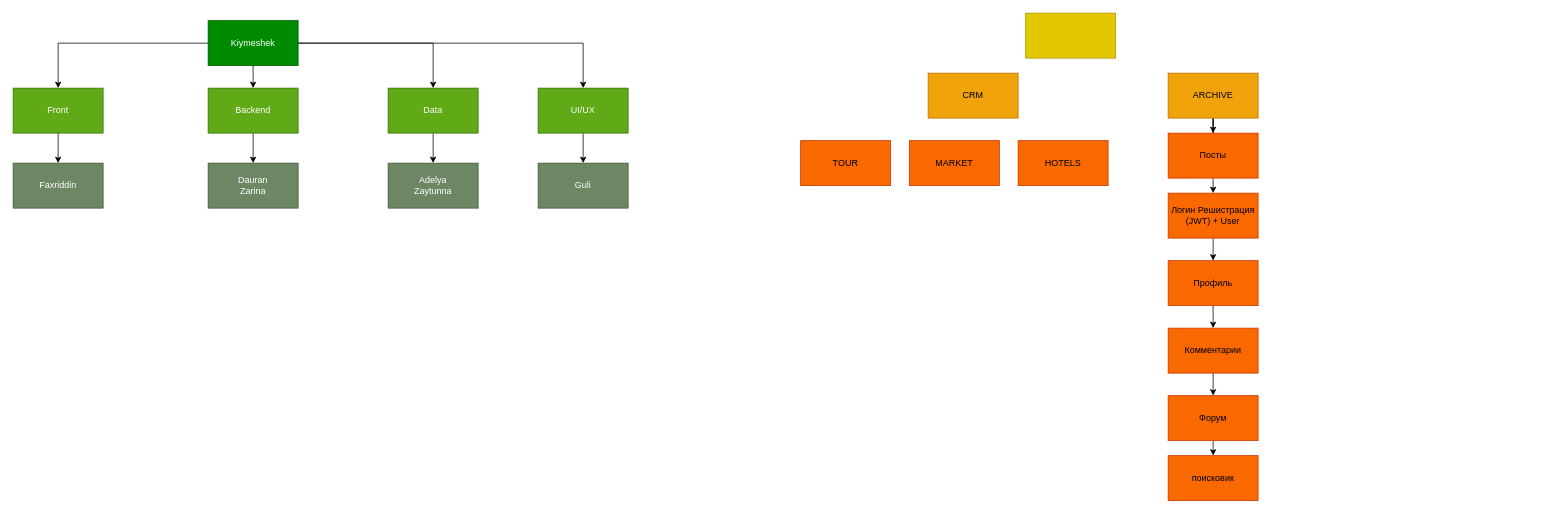
Earlier version of the draw.io diagram Untitled Diagram.drawio (HowkaCoder/HowkaCoder). Source tidied: cells renumbered, new cells numbered last; positions are measured from the earlier drawing's top-left corner, leaving out a move shared by most shapes. Both pictures are drawn from the tidied source at 75%, with x=0, y=0 at pixel (13, 13).
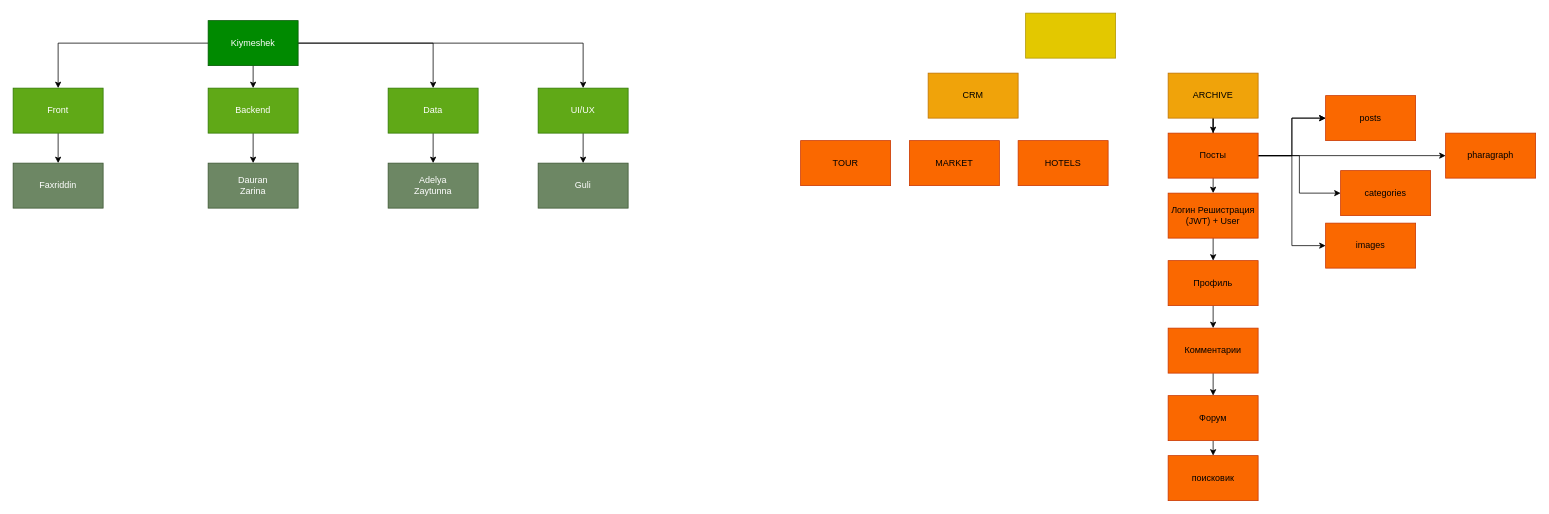
The same diagram, later.

The change refers to these unchanged cells:
```xml
<mxCell id="27" value="Посты" style="rounded=0;whiteSpace=wrap;html=1;fillColor=#fa6800;fontColor=#000000;strokeColor=#C73500;" parent="1" vertex="1">
  <mxGeometry x="1540" y="160" width="120" height="60" as="geometry" />
</mxCell>
```

Diff of the diagram source:
```diff
@@
+    <mxCell id="37" style="edgeStyle=orthogonalEdgeStyle;rounded=0;jettySize=auto;html=1;" parent="1" edge="1" source="27" target="42">
+      <mxGeometry relative="1" as="geometry" />
+    </mxCell>
+    <mxCell id="38" style="edgeStyle=orthogonalEdgeStyle;rounded=0;jettySize=auto;html=1;" parent="1" edge="1" source="27" target="42">
+      <mxGeometry relative="1" as="geometry" />
+    </mxCell>
+    <mxCell id="39" style="edgeStyle=orthogonalEdgeStyle;rounded=0;jettySize=auto;html=1;" parent="1" edge="1" source="27" target="43">
+      <mxGeometry relative="1" as="geometry" />
+    </mxCell>
+    <mxCell id="40" style="edgeStyle=orthogonalEdgeStyle;rounded=0;jettySize=auto;html=1;entryX=0;entryY=0.5;entryDx=0;entryDy=0;" parent="1" edge="1" source="27" target="44">
+      <mxGeometry relative="1" as="geometry" />
+    </mxCell>
+    <mxCell id="41" style="edgeStyle=orthogonalEdgeStyle;rounded=0;jettySize=auto;html=1;" parent="1" edge="1" source="27" target="45">
+      <mxGeometry relative="1" as="geometry" />
+    </mxCell>
@@
+    <mxCell id="42" value="posts" style="rounded=0;whiteSpace=wrap;html=1;fillColor=#fa6800;fontColor=#000000;strokeColor=#C73500;" parent="1" vertex="1">
+      <mxGeometry x="1750" y="110" width="120" height="60" as="geometry" />
+    </mxCell>
+    <mxCell id="43" value="categories" style="rounded=0;whiteSpace=wrap;html=1;fillColor=#fa6800;fontColor=#000000;strokeColor=#C73500;" parent="1" vertex="1">
+      <mxGeometry x="1770" y="210" width="120" height="60" as="geometry" />
+    </mxCell>
+    <mxCell id="44" value="images" style="rounded=0;whiteSpace=wrap;html=1;fillColor=#fa6800;fontColor=#000000;strokeColor=#C73500;" parent="1" vertex="1">
+      <mxGeometry x="1750" y="280" width="120" height="60" as="geometry" />
+    </mxCell>
+    <mxCell id="45" value="pharagraph" style="rounded=0;whiteSpace=wrap;html=1;fillColor=#fa6800;fontColor=#000000;strokeColor=#C73500;" parent="1" vertex="1">
+      <mxGeometry x="1910" y="160" width="120" height="60" as="geometry" />
+    </mxCell>
```
